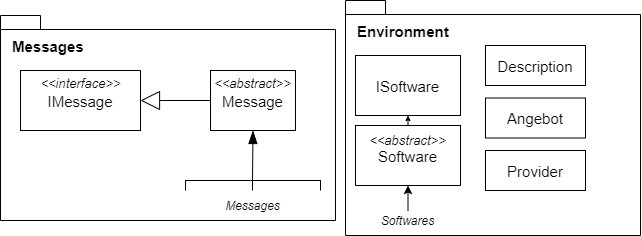
Earlier version of the draw.io export Ausarbeitung/text/pictures/konzept-Common.png (hesty98/bachelorthesis). Source tidied: cells renumbered, new cells last; positions are measured from the earlier drawing's top-left corner, leaving out a move shared by most shapes. Its diagram source:
```xml
<mxGraphModel>
  <root>
    <mxCell id="0" />
    <mxCell id="1" parent="0" />
    <mxCell id="2" value="Messages" style="shape=folder;fontStyle=1;spacingTop=16;tabWidth=40;tabHeight=14;tabPosition=left;fontSize=15;align=left;verticalAlign=top;spacingLeft=10;" parent="1" vertex="1">
      <mxGeometry y="15" width="335" height="205" as="geometry" />
    </mxCell>
    <mxCell id="3" value="IMessage" style="rounded=0;fontSize=15;align=center;" parent="1" vertex="1">
      <mxGeometry x="20" y="70" width="120" height="60" as="geometry" />
    </mxCell>
    <mxCell id="4" style="edgeStyle=none;rounded=0;jettySize=auto;html=1;exitX=0;exitY=0.5;exitDx=0;exitDy=0;entryX=1;entryY=0.5;entryDx=0;entryDy=0;startArrow=none;startFill=0;fontSize=15;endArrow=block;endFill=0;endSize=17;" parent="1" edge="1" source="5" target="3">
      <mxGeometry relative="1" as="geometry" />
    </mxCell>
    <mxCell id="5" value="Message" style="rounded=0;fontSize=15;align=center;" parent="1" vertex="1">
      <mxGeometry x="210" y="70" width="85" height="60" as="geometry" />
    </mxCell>
    <mxCell id="6" style="edgeStyle=none;rounded=0;orthogonalLoop=1;jettySize=auto;html=1;exitX=1.001;exitY=0.579;exitDx=0;exitDy=0;startSize=6;sourcePerimeterSpacing=0;endArrow=none;endFill=0;endSize=11;targetPerimeterSpacing=0;strokeWidth=1;exitPerimeter=0;" parent="1" edge="1">
      <mxGeometry relative="1" as="geometry">
        <mxPoint x="185" y="180" as="sourcePoint" />
        <mxPoint x="320" y="180" as="targetPoint" />
      </mxGeometry>
    </mxCell>
    <mxCell id="7" style="edgeStyle=none;rounded=0;jettySize=auto;html=1;startArrow=none;startFill=0;endArrow=blockThin;endFill=1;endSize=11;fontSize=15;entryX=0.5;entryY=1;entryDx=0;entryDy=0;" parent="1" edge="1" target="5">
      <mxGeometry relative="1" as="geometry">
        <mxPoint x="252" y="180" as="sourcePoint" />
      </mxGeometry>
    </mxCell>
    <mxCell id="8" value="&amp;lt;&amp;lt;interface&amp;gt;&amp;gt;" style="text;html=1;strokeColor=none;fillColor=none;align=center;verticalAlign=middle;whiteSpace=wrap;rounded=0;fontSize=13;fontStyle=2;" parent="1" vertex="1">
      <mxGeometry x="27.5" y="73" width="105" height="20" as="geometry" />
    </mxCell>
    <mxCell id="9" value="Environment" style="shape=folder;fontStyle=1;spacingTop=16;tabWidth=40;tabHeight=14;tabPosition=left;fontSize=15;align=left;verticalAlign=top;spacingLeft=10;" parent="1" vertex="1">
      <mxGeometry x="345" width="295" height="235" as="geometry" />
    </mxCell>
    <mxCell id="10" style="edgeStyle=none;rounded=0;jettySize=auto;html=1;exitX=0.5;exitY=0;exitDx=0;exitDy=0;entryX=0.5;entryY=1;entryDx=0;entryDy=0;startSize=3;sourcePerimeterSpacing=0;endArrow=classic;endFill=1;endSize=3;targetPerimeterSpacing=0;strokeWidth=1;" parent="1" edge="1" source="11" target="13">
      <mxGeometry relative="1" as="geometry" />
    </mxCell>
    <mxCell id="11" value="Software" style="rounded=0;fontSize=15;align=center;" parent="1" vertex="1">
      <mxGeometry x="355" y="125" width="105" height="60" as="geometry" />
    </mxCell>
    <mxCell id="12" value="&amp;lt;&amp;lt;abstract&amp;gt;&amp;gt;" style="text;html=1;strokeColor=none;fillColor=none;align=center;verticalAlign=middle;whiteSpace=wrap;rounded=0;fontSize=13;fontStyle=2;" parent="1" vertex="1">
      <mxGeometry x="355" y="130" width="105" height="20" as="geometry" />
    </mxCell>
    <mxCell id="13" value="ISoftware" style="rounded=0;fontSize=15;align=center;" parent="1" vertex="1">
      <mxGeometry x="355" y="55" width="105" height="60" as="geometry" />
    </mxCell>
    <mxCell id="14" value="&amp;lt;&amp;lt;abstract&amp;gt;&amp;gt;" style="text;html=1;strokeColor=none;fillColor=none;align=center;verticalAlign=middle;whiteSpace=wrap;rounded=0;fontSize=13;fontStyle=2;" parent="1" vertex="1">
      <mxGeometry x="200" y="78" width="105" height="10" as="geometry" />
    </mxCell>
    <mxCell id="15" value="Description" style="rounded=0;fontSize=15;align=center;verticalAlign=middle;" parent="1" vertex="1">
      <mxGeometry x="485" y="45" width="100" height="40" as="geometry" />
    </mxCell>
    <mxCell id="16" value="Angebot" style="rounded=0;fontSize=15;align=center;" parent="1" vertex="1">
      <mxGeometry x="485" y="97.5" width="100" height="40" as="geometry" />
    </mxCell>
    <mxCell id="17" value="Provider" style="rounded=0;fontSize=15;align=center;" parent="1" vertex="1">
      <mxGeometry x="485" y="150" width="100" height="40" as="geometry" />
    </mxCell>
    <mxCell id="18" style="endArrow=none;html=1;strokeColor=#000000;strokeWidth=1;fillColor=#ffffff;" parent="1" edge="1">
      <mxGeometry relative="1" as="geometry">
        <mxPoint x="185" y="190" as="sourcePoint" />
        <mxPoint x="185" y="179.5" as="targetPoint" />
      </mxGeometry>
    </mxCell>
    <mxCell id="19" style="endArrow=none;html=1;strokeColor=#000000;strokeWidth=1;fillColor=#ffffff;" parent="1" edge="1">
      <mxGeometry relative="1" as="geometry">
        <mxPoint x="320" y="190" as="sourcePoint" />
        <mxPoint x="320" y="179.5" as="targetPoint" />
      </mxGeometry>
    </mxCell>
    <mxCell id="20" style="endArrow=none;html=1;strokeColor=#000000;strokeWidth=1;fillColor=#ffffff;" parent="1" edge="1">
      <mxGeometry relative="1" as="geometry">
        <mxPoint x="252" y="190" as="sourcePoint" />
        <mxPoint x="252" y="179.5" as="targetPoint" />
      </mxGeometry>
    </mxCell>
    <mxCell id="21" value="Messages" style="text;strokeColor=none;fillColor=none;align=center;verticalAlign=middle;rounded=0;fontStyle=2;" parent="1" vertex="1">
      <mxGeometry x="221.2" y="195" width="62.5" height="20" as="geometry" />
    </mxCell>
    <mxCell id="22" style="edgeStyle=orthogonalEdgeStyle;rounded=0;jettySize=auto;html=1;exitX=0.5;exitY=0;exitDx=0;exitDy=0;entryX=0.5;entryY=1;entryDx=0;entryDy=0;strokeColor=#000000;strokeWidth=1;fillColor=#ffffff;" parent="1" edge="1" source="23" target="11">
      <mxGeometry relative="1" as="geometry" />
    </mxCell>
    <mxCell id="23" value="Softwares" style="text;strokeColor=none;fillColor=none;align=center;verticalAlign=middle;rounded=0;fontStyle=2;" parent="1" vertex="1">
      <mxGeometry x="376.2" y="210" width="62.5" height="20" as="geometry" />
    </mxCell>
  </root>
</mxGraphModel>
```
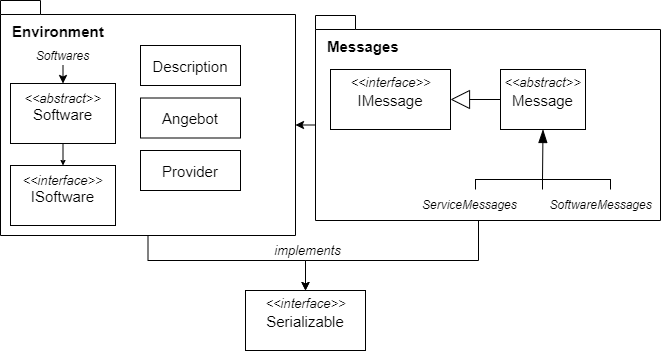
The same file after the commit.

What changed in the source:
```diff
@@ -2,85 +2,120 @@
   <root>
     <mxCell id="0" />
     <mxCell id="1" parent="0" />
+    <mxCell id="24" style="edgeStyle=orthogonalEdgeStyle;rounded=0;jettySize=auto;html=1;exitX=0.5;exitY=1;exitDx=0;exitDy=0;exitPerimeter=0;strokeColor=#000000;strokeWidth=1;fillColor=#ffffff;" parent="1" edge="1" source="2">
+      <mxGeometry relative="1" as="geometry">
+        <mxPoint x="310" y="310" as="targetPoint" />
+        <Array as="points">
+          <mxPoint x="483" y="280" />
+          <mxPoint x="310" y="280" />
+        </Array>
+      </mxGeometry>
+    </mxCell>
+    <mxCell id="25" style="edgeStyle=orthogonalEdgeStyle;rounded=0;jettySize=auto;html=1;exitX=0;exitY=0;exitDx=0;exitDy=109.5;exitPerimeter=0;entryX=0;entryY=0;entryDx=295;entryDy=124.5;entryPerimeter=0;strokeColor=#000000;strokeWidth=1;fillColor=#ffffff;" parent="1" edge="1" source="2" target="9">
+      <mxGeometry relative="1" as="geometry" />
+    </mxCell>
     <mxCell id="2" value="Messages" style="shape=folder;fontStyle=1;spacingTop=16;tabWidth=40;tabHeight=14;tabPosition=left;fontSize=15;align=left;verticalAlign=top;spacingLeft=10;" parent="1" vertex="1">
-      <mxGeometry y="15" width="335" height="205" as="geometry" />
+      <mxGeometry x="320" y="35" width="345" height="205" as="geometry" />
     </mxCell>
     <mxCell id="3" value="IMessage" style="rounded=0;fontSize=15;align=center;" parent="1" vertex="1">
-      <mxGeometry x="20" y="70" width="120" height="60" as="geometry" />
+      <mxGeometry x="335" y="89" width="120" height="60" as="geometry" />
     </mxCell>
     <mxCell id="4" style="edgeStyle=none;rounded=0;jettySize=auto;html=1;exitX=0;exitY=0.5;exitDx=0;exitDy=0;entryX=1;entryY=0.5;entryDx=0;entryDy=0;startArrow=none;startFill=0;fontSize=15;endArrow=block;endFill=0;endSize=17;" parent="1" edge="1" source="5" target="3">
       <mxGeometry relative="1" as="geometry" />
     </mxCell>
     <mxCell id="5" value="Message" style="rounded=0;fontSize=15;align=center;" parent="1" vertex="1">
-      <mxGeometry x="210" y="70" width="85" height="60" as="geometry" />
+      <mxGeometry x="505" y="89" width="85" height="60" as="geometry" />
     </mxCell>
     <mxCell id="6" style="edgeStyle=none;rounded=0;orthogonalLoop=1;jettySize=auto;html=1;exitX=1.001;exitY=0.579;exitDx=0;exitDy=0;startSize=6;sourcePerimeterSpacing=0;endArrow=none;endFill=0;endSize=11;targetPerimeterSpacing=0;strokeWidth=1;exitPerimeter=0;" parent="1" edge="1">
       <mxGeometry relative="1" as="geometry">
-        <mxPoint x="185" y="180" as="sourcePoint" />
-        <mxPoint x="320" y="180" as="targetPoint" />
+        <mxPoint x="480" y="199" as="sourcePoint" />
+        <mxPoint x="615" y="199" as="targetPoint" />
       </mxGeometry>
     </mxCell>
     <mxCell id="7" style="edgeStyle=none;rounded=0;jettySize=auto;html=1;startArrow=none;startFill=0;endArrow=blockThin;endFill=1;endSize=11;fontSize=15;entryX=0.5;entryY=1;entryDx=0;entryDy=0;" parent="1" edge="1" target="5">
       <mxGeometry relative="1" as="geometry">
-        <mxPoint x="252" y="180" as="sourcePoint" />
+        <mxPoint x="547" y="199" as="sourcePoint" />
       </mxGeometry>
     </mxCell>
     <mxCell id="8" value="&amp;lt;&amp;lt;interface&amp;gt;&amp;gt;" style="text;html=1;strokeColor=none;fillColor=none;align=center;verticalAlign=middle;whiteSpace=wrap;rounded=0;fontSize=13;fontStyle=2;" parent="1" vertex="1">
-      <mxGeometry x="27.5" y="73" width="105" height="20" as="geometry" />
+      <mxGeometry x="342.5" y="92" width="105" height="20" as="geometry" />
     </mxCell>
+    <mxCell id="26" style="edgeStyle=orthogonalEdgeStyle;rounded=0;jettySize=auto;html=1;exitX=0.5;exitY=1;exitDx=0;exitDy=0;exitPerimeter=0;entryX=0.5;entryY=0;entryDx=0;entryDy=0;strokeColor=#000000;strokeWidth=1;fillColor=#ffffff;" parent="1" edge="1" source="9" target="27">
+      <mxGeometry relative="1" as="geometry">
+        <Array as="points">
+          <mxPoint x="153" y="280" />
+          <mxPoint x="310" y="280" />
+        </Array>
+      </mxGeometry>
+    </mxCell>
     <mxCell id="9" value="Environment" style="shape=folder;fontStyle=1;spacingTop=16;tabWidth=40;tabHeight=14;tabPosition=left;fontSize=15;align=left;verticalAlign=top;spacingLeft=10;" parent="1" vertex="1">
-      <mxGeometry x="345" width="295" height="235" as="geometry" />
+      <mxGeometry x="5" y="20" width="295" height="235" as="geometry" />
     </mxCell>
-    <mxCell id="10" style="edgeStyle=none;rounded=0;jettySize=auto;html=1;exitX=0.5;exitY=0;exitDx=0;exitDy=0;entryX=0.5;entryY=1;entryDx=0;entryDy=0;startSize=3;sourcePerimeterSpacing=0;endArrow=classic;endFill=1;endSize=3;targetPerimeterSpacing=0;strokeWidth=1;" parent="1" edge="1" source="11" target="13">
+    <mxCell id="10" style="edgeStyle=none;rounded=0;jettySize=auto;html=1;exitX=0.5;exitY=1;exitDx=0;exitDy=0;entryX=0.5;entryY=0;entryDx=0;entryDy=0;startSize=3;sourcePerimeterSpacing=0;endArrow=classic;endFill=1;endSize=3;targetPerimeterSpacing=0;strokeWidth=1;" parent="1" edge="1" source="11" target="13">
       <mxGeometry relative="1" as="geometry" />
     </mxCell>
-    <mxCell id="11" value="Software" style="rounded=0;fontSize=15;align=center;" parent="1" vertex="1">
-      <mxGeometry x="355" y="125" width="105" height="60" as="geometry" />
+    <mxCell id="11" value="Software" style="rounded=0;fontSize=15;align=center;direction=east;" parent="1" vertex="1">
+      <mxGeometry x="15" y="103" width="105" height="60" as="geometry" />
     </mxCell>
-    <mxCell id="12" value="&amp;lt;&amp;lt;abstract&amp;gt;&amp;gt;" style="text;html=1;strokeColor=none;fillColor=none;align=center;verticalAlign=middle;whiteSpace=wrap;rounded=0;fontSize=13;fontStyle=2;" parent="1" vertex="1">
-      <mxGeometry x="355" y="130" width="105" height="20" as="geometry" />
+    <mxCell id="12" value="&amp;lt;&amp;lt;abstract&amp;gt;&amp;gt;" style="text;html=1;strokeColor=none;fillColor=none;align=center;verticalAlign=middle;whiteSpace=wrap;rounded=0;fontSize=13;fontStyle=2;direction=east;" parent="1" vertex="1">
+      <mxGeometry x="15" y="108" width="105" height="20" as="geometry" />
     </mxCell>
-    <mxCell id="13" value="ISoftware" style="rounded=0;fontSize=15;align=center;" parent="1" vertex="1">
-      <mxGeometry x="355" y="55" width="105" height="60" as="geometry" />
+    <mxCell id="13" value="ISoftware" style="rounded=0;fontSize=15;align=center;direction=east;" parent="1" vertex="1">
+      <mxGeometry x="15" y="185" width="105" height="60" as="geometry" />
     </mxCell>
     <mxCell id="14" value="&amp;lt;&amp;lt;abstract&amp;gt;&amp;gt;" style="text;html=1;strokeColor=none;fillColor=none;align=center;verticalAlign=middle;whiteSpace=wrap;rounded=0;fontSize=13;fontStyle=2;" parent="1" vertex="1">
-      <mxGeometry x="200" y="78" width="105" height="10" as="geometry" />
+      <mxGeometry x="495" y="97" width="105" height="10" as="geometry" />
     </mxCell>
     <mxCell id="15" value="Description" style="rounded=0;fontSize=15;align=center;verticalAlign=middle;" parent="1" vertex="1">
-      <mxGeometry x="485" y="45" width="100" height="40" as="geometry" />
+      <mxGeometry x="145" y="65" width="100" height="40" as="geometry" />
     </mxCell>
     <mxCell id="16" value="Angebot" style="rounded=0;fontSize=15;align=center;" parent="1" vertex="1">
-      <mxGeometry x="485" y="97.5" width="100" height="40" as="geometry" />
+      <mxGeometry x="145" y="117.5" width="100" height="40" as="geometry" />
     </mxCell>
     <mxCell id="17" value="Provider" style="rounded=0;fontSize=15;align=center;" parent="1" vertex="1">
-      <mxGeometry x="485" y="150" width="100" height="40" as="geometry" />
+      <mxGeometry x="145" y="170" width="100" height="40" as="geometry" />
     </mxCell>
     <mxCell id="18" style="endArrow=none;html=1;strokeColor=#000000;strokeWidth=1;fillColor=#ffffff;" parent="1" edge="1">
       <mxGeometry relative="1" as="geometry">
-        <mxPoint x="185" y="190" as="sourcePoint" />
-        <mxPoint x="185" y="179.5" as="targetPoint" />
+        <mxPoint x="480" y="209" as="sourcePoint" />
+        <mxPoint x="480" y="198.5" as="targetPoint" />
       </mxGeometry>
     </mxCell>
     <mxCell id="19" style="endArrow=none;html=1;strokeColor=#000000;strokeWidth=1;fillColor=#ffffff;" parent="1" edge="1">
       <mxGeometry relative="1" as="geometry">
-        <mxPoint x="320" y="190" as="sourcePoint" />
-        <mxPoint x="320" y="179.5" as="targetPoint" />
+        <mxPoint x="615" y="209" as="sourcePoint" />
+        <mxPoint x="615" y="198.5" as="targetPoint" />
       </mxGeometry>
     </mxCell>
     <mxCell id="20" style="endArrow=none;html=1;strokeColor=#000000;strokeWidth=1;fillColor=#ffffff;" parent="1" edge="1">
       <mxGeometry relative="1" as="geometry">
-        <mxPoint x="252" y="190" as="sourcePoint" />
-        <mxPoint x="252" y="179.5" as="targetPoint" />
+        <mxPoint x="547" y="209" as="sourcePoint" />
+        <mxPoint x="547" y="198.5" as="targetPoint" />
       </mxGeometry>
     </mxCell>
-    <mxCell id="21" value="Messages" style="text;strokeColor=none;fillColor=none;align=center;verticalAlign=middle;rounded=0;fontStyle=2;" parent="1" vertex="1">
-      <mxGeometry x="221.2" y="195" width="62.5" height="20" as="geometry" />
+    <mxCell id="21" value="ServiceMessages" style="text;strokeColor=none;fillColor=none;align=center;verticalAlign=middle;rounded=0;fontStyle=2;" parent="1" vertex="1">
+      <mxGeometry x="425" y="214" width="98.8" height="20" as="geometry" />
     </mxCell>
-    <mxCell id="22" style="edgeStyle=orthogonalEdgeStyle;rounded=0;jettySize=auto;html=1;exitX=0.5;exitY=0;exitDx=0;exitDy=0;entryX=0.5;entryY=1;entryDx=0;entryDy=0;strokeColor=#000000;strokeWidth=1;fillColor=#ffffff;" parent="1" edge="1" source="23" target="11">
+    <mxCell id="22" style="edgeStyle=orthogonalEdgeStyle;rounded=0;jettySize=auto;html=1;exitX=0.5;exitY=1;exitDx=0;exitDy=0;entryX=0.5;entryY=0;entryDx=0;entryDy=0;strokeColor=#000000;strokeWidth=1;fillColor=#ffffff;" parent="1" edge="1" source="23" target="11">
       <mxGeometry relative="1" as="geometry" />
     </mxCell>
-    <mxCell id="23" value="Softwares" style="text;strokeColor=none;fillColor=none;align=center;verticalAlign=middle;rounded=0;fontStyle=2;" parent="1" vertex="1">
-      <mxGeometry x="376.2" y="210" width="62.5" height="20" as="geometry" />
+    <mxCell id="23" value="Softwares" style="text;strokeColor=none;fillColor=none;align=center;verticalAlign=middle;rounded=0;fontStyle=2;direction=east;" parent="1" vertex="1">
+      <mxGeometry x="36.2" y="65" width="62.5" height="20" as="geometry" />
     </mxCell>
+    <mxCell id="27" value="Serializable" style="rounded=0;fontSize=15;align=center;" parent="1" vertex="1">
+      <mxGeometry x="250" y="310" width="120" height="60" as="geometry" />
+    </mxCell>
+    <mxCell id="28" value="&amp;lt;&amp;lt;interface&amp;gt;&amp;gt;" style="text;html=1;strokeColor=none;fillColor=none;align=center;verticalAlign=middle;whiteSpace=wrap;rounded=0;fontSize=13;fontStyle=2;" parent="1" vertex="1">
+      <mxGeometry x="257.5" y="313" width="105" height="20" as="geometry" />
+    </mxCell>
+    <mxCell id="29" value="&amp;lt;&amp;lt;interface&amp;gt;&amp;gt;" style="text;html=1;strokeColor=none;fillColor=none;align=center;verticalAlign=middle;whiteSpace=wrap;rounded=0;fontSize=13;fontStyle=2;" parent="1" vertex="1">
+      <mxGeometry x="15" y="190" width="105" height="20" as="geometry" />
+    </mxCell>
+    <mxCell id="30" value="implements" style="text;html=1;strokeColor=none;fillColor=none;align=center;verticalAlign=middle;whiteSpace=wrap;rounded=0;fontSize=13;fontStyle=2;" parent="1" vertex="1">
+      <mxGeometry x="260" y="260" width="105" height="20" as="geometry" />
+    </mxCell>
+    <mxCell id="31" value="SoftwareMessages" style="text;strokeColor=none;fillColor=none;align=center;verticalAlign=middle;rounded=0;fontStyle=2;" parent="1" vertex="1">
+      <mxGeometry x="556.2" y="214" width="98.8" height="20" as="geometry" />
+    </mxCell>
   </root>
 </mxGraphModel>
```
